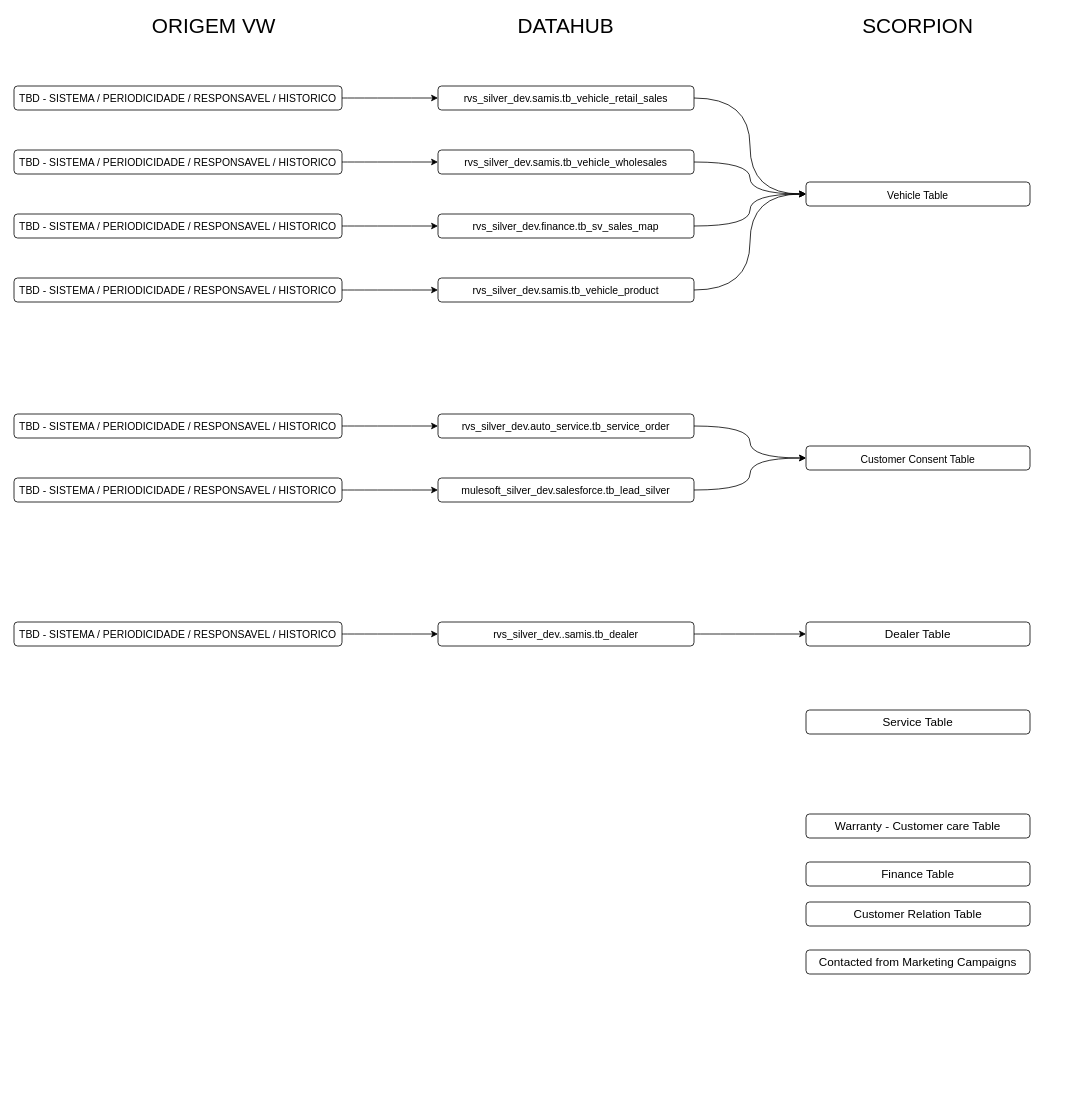
Above: page "Fluxo Tabelas" (4 of 6) of scorpion.drawio in leo-odilon/draw.io (draw.io), before the change. Source tidied: cells renumbered, new cells numbered last; positions are measured from the earlier drawing's top-left corner, leaving out a move shared by most shapes. Both pictures are drawn from the tidied source at 80%, with x=0, y=0 at pixel (14, 14).
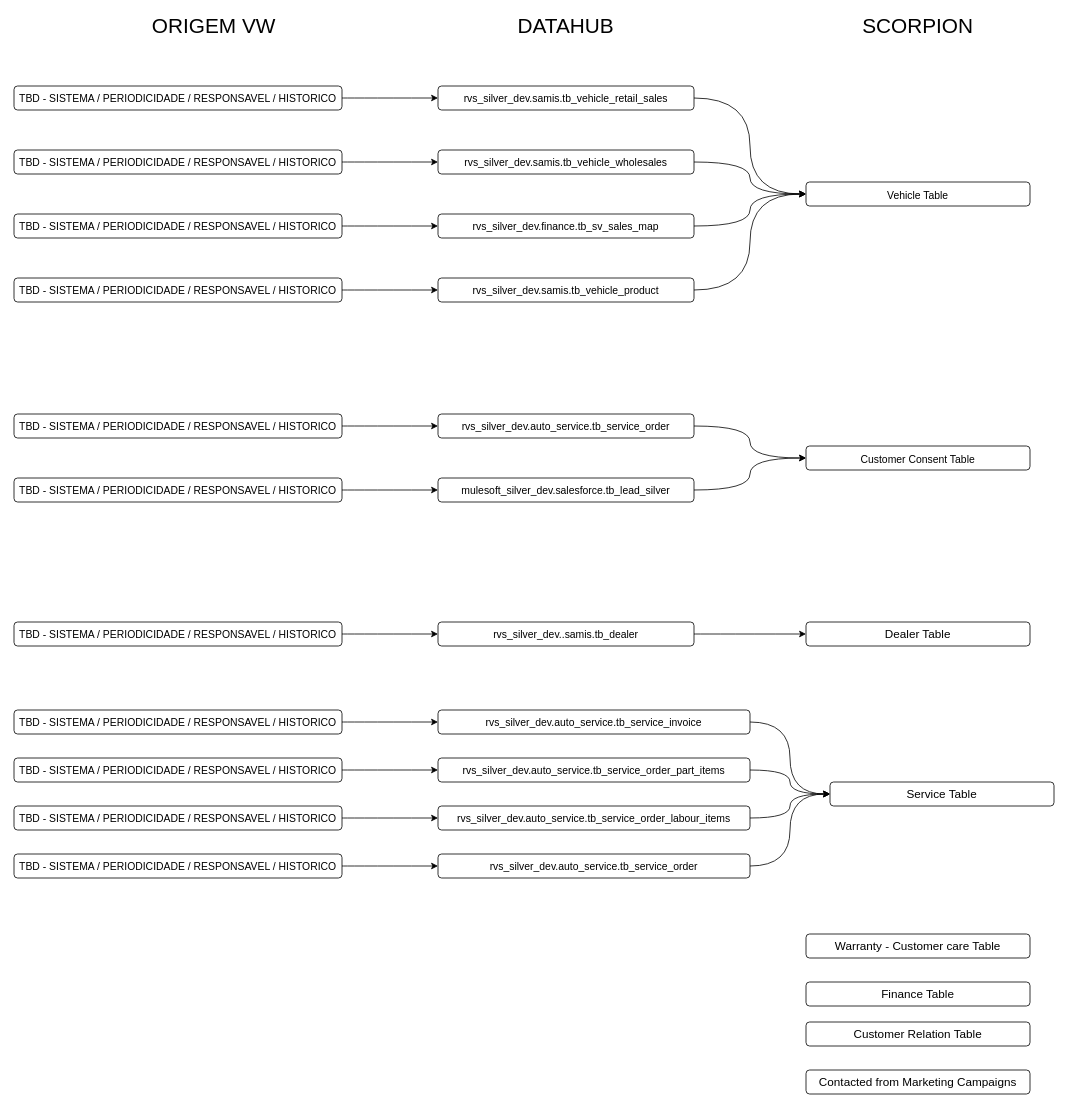
After the change.

What changed in the source:
```diff
@@
     <mxCell id="3" value="&lt;div style=&quot;font-size: medium;&quot;&gt;&lt;div style=&quot;&quot;&gt;&lt;table width=&quot;243&quot; style=&quot;border-collapse: collapse; width: 182pt;&quot;&gt;&lt;colgroup&gt;&lt;col width=&quot;243&quot; style=&quot;width: 182pt;&quot;&gt;&lt;/colgroup&gt;&lt;tbody&gt;&lt;tr height=&quot;21&quot; style=&quot;height: 15.75pt;&quot;&gt;&lt;td width=&quot;243&quot; height=&quot;21&quot; class=&quot;xl24&quot; style=&quot;padding-top: 1px; padding-right: 1px; padding-left: 1px; font-size: 11pt; font-family: &amp;quot;Aptos Narrow&amp;quot;, sans-serif; vertical-align: bottom; border: none; text-wrap: nowrap; width: 182pt; height: 15.75pt;&quot;&gt;Service Table&lt;/td&gt;&lt;/tr&gt;&lt;/tbody&gt;&lt;/table&gt;&lt;/div&gt;&lt;/div&gt;" style="rounded=1;whiteSpace=wrap;html=1;align=center;" parent="1" vertex="1">
-      <mxGeometry x="990" y="870" width="280" height="30" as="geometry" />
+      <mxGeometry x="1020" y="960" width="280" height="30" as="geometry" />
     </mxCell>
     <mxCell id="4" value="&lt;div style=&quot;font-size: medium;&quot;&gt;&lt;div style=&quot;&quot;&gt;&lt;div style=&quot;&quot;&gt;&lt;table width=&quot;243&quot; style=&quot;border-collapse: collapse; width: 182pt;&quot;&gt;&lt;colgroup&gt;&lt;col width=&quot;243&quot; style=&quot;width: 182pt;&quot;&gt;&lt;/colgroup&gt;&lt;tbody&gt;&lt;tr height=&quot;21&quot; style=&quot;height: 15.75pt;&quot;&gt;&lt;td width=&quot;243&quot; height=&quot;21&quot; class=&quot;xl24&quot; style=&quot;padding-top: 1px; padding-right: 1px; padding-left: 1px; font-size: 11pt; font-family: &amp;quot;Aptos Narrow&amp;quot;, sans-serif; vertical-align: bottom; border: none; text-wrap: nowrap; width: 182pt; height: 15.75pt;&quot;&gt;Customer Relation Table&lt;/td&gt;&lt;/tr&gt;&lt;/tbody&gt;&lt;/table&gt;&lt;/div&gt;&lt;/div&gt;&lt;/div&gt;" style="rounded=1;whiteSpace=wrap;html=1;align=center;verticalAlign=middle;" parent="1" vertex="1">
-      <mxGeometry x="990" y="1110" width="280" height="30" as="geometry" />
+      <mxGeometry x="990" y="1260" width="280" height="30" as="geometry" />
     </mxCell>
     <mxCell id="5" value="&lt;div style=&quot;font-size: medium;&quot;&gt;&lt;div style=&quot;&quot;&gt;&lt;table width=&quot;243&quot; style=&quot;border-collapse: collapse; width: 182pt;&quot;&gt;&lt;colgroup&gt;&lt;col width=&quot;243&quot; style=&quot;width: 182pt;&quot;&gt;&lt;/colgroup&gt;&lt;tbody&gt;&lt;tr height=&quot;21&quot; style=&quot;height: 15.75pt;&quot;&gt;&lt;td width=&quot;243&quot; height=&quot;21&quot; class=&quot;xl24&quot; style=&quot;padding-top: 1px; padding-right: 1px; padding-left: 1px; font-size: 11pt; font-family: &amp;quot;Aptos Narrow&amp;quot;, sans-serif; vertical-align: bottom; border: none; text-wrap: nowrap; width: 182pt; height: 15.75pt;&quot;&gt;Warranty - Customer care Table&lt;/td&gt;&lt;/tr&gt;&lt;/tbody&gt;&lt;/table&gt;&lt;/div&gt;&lt;/div&gt;" style="rounded=1;whiteSpace=wrap;html=1;align=center;" parent="1" vertex="1">
-      <mxGeometry x="990" y="1000" width="280" height="30" as="geometry" />
+      <mxGeometry x="990" y="1150" width="280" height="30" as="geometry" />
     </mxCell>
     <mxCell id="6" value="&lt;div style=&quot;font-size: medium;&quot;&gt;&lt;div style=&quot;&quot;&gt;&lt;div style=&quot;&quot;&gt;&lt;table width=&quot;243&quot; style=&quot;border-collapse: collapse; width: 182pt;&quot;&gt;&lt;colgroup&gt;&lt;col width=&quot;243&quot; style=&quot;width: 182pt;&quot;&gt;&lt;/colgroup&gt;&lt;tbody&gt;&lt;tr height=&quot;21&quot; style=&quot;height: 15.75pt;&quot;&gt;&lt;td width=&quot;243&quot; height=&quot;21&quot; class=&quot;xl24&quot; style=&quot;padding-top: 1px; padding-right: 1px; padding-left: 1px; font-size: 11pt; font-family: &amp;quot;Aptos Narrow&amp;quot;, sans-serif; vertical-align: bottom; border: none; text-wrap: nowrap; width: 182pt; height: 15.75pt;&quot;&gt;Finance Table&lt;/td&gt;&lt;/tr&gt;&lt;/tbody&gt;&lt;/table&gt;&lt;/div&gt;&lt;/div&gt;&lt;/div&gt;" style="rounded=1;whiteSpace=wrap;html=1;align=center;" parent="1" vertex="1">
-      <mxGeometry x="990" y="1060" width="280" height="30" as="geometry" />
+      <mxGeometry x="990" y="1210" width="280" height="30" as="geometry" />
     </mxCell>
     <mxCell id="7" value="&lt;div style=&quot;font-size: medium;&quot;&gt;&lt;div style=&quot;&quot;&gt;&lt;div style=&quot;&quot;&gt;&lt;div style=&quot;&quot;&gt;&lt;div style=&quot;&quot;&gt;&lt;table width=&quot;243&quot; style=&quot;border-collapse: collapse; width: 182pt;&quot;&gt;&lt;colgroup&gt;&lt;col width=&quot;243&quot; style=&quot;width: 182pt;&quot;&gt;&lt;/colgroup&gt;&lt;tbody&gt;&lt;tr height=&quot;21&quot; style=&quot;height: 15.75pt;&quot;&gt;&lt;td width=&quot;243&quot; height=&quot;21&quot; class=&quot;xl24&quot; style=&quot;padding-top: 1px; padding-right: 1px; padding-left: 1px; font-size: 11pt; font-family: &amp;quot;Aptos Narrow&amp;quot;, sans-serif; vertical-align: bottom; border: none; text-wrap: nowrap; width: 182pt; height: 15.75pt;&quot;&gt;Contacted from Marketing Campaigns&lt;/td&gt;&lt;/tr&gt;&lt;/tbody&gt;&lt;/table&gt;&lt;/div&gt;&lt;/div&gt;&lt;/div&gt;&lt;/div&gt;&lt;/div&gt;" style="rounded=1;whiteSpace=wrap;html=1;align=center;verticalAlign=middle;" parent="1" vertex="1">
-      <mxGeometry x="990" y="1170" width="280" height="30" as="geometry" />
+      <mxGeometry x="990" y="1320" width="280" height="30" as="geometry" />
     </mxCell>
@@
+    <mxCell id="41" style="edgeStyle=orthogonalEdgeStyle;rounded=0;jettySize=auto;html=1;exitX=1;exitY=0.5;exitDx=0;exitDy=0;entryX=0;entryY=0.5;entryDx=0;entryDy=0;curved=1;" parent="1" edge="1" source="42" target="3">
+      <mxGeometry relative="1" as="geometry" />
+    </mxCell>
+    <mxCell id="42" value="&lt;div style=&quot;&quot;&gt;&lt;div style=&quot;line-height: 18px;&quot;&gt;&lt;span style=&quot;white-space: pre;&quot;&gt;rvs_silver_dev.auto_service.tb_service_invoice&lt;/span&gt;&lt;br&gt;&lt;/div&gt;&lt;/div&gt;" style="rounded=1;whiteSpace=wrap;html=1;align=center;fontColor=default;labelBackgroundColor=default;fontFamily=Helvetica;fontSize=13;" parent="1" vertex="1">
+      <mxGeometry x="530" y="870" width="390" height="30" as="geometry" />
+    </mxCell>
+    <mxCell id="43" style="edgeStyle=orthogonalEdgeStyle;curved=1;rounded=0;jettySize=auto;html=1;entryX=0;entryY=0.5;entryDx=0;entryDy=0;fontSize=13;" parent="1" edge="1" source="44" target="42">
+      <mxGeometry relative="1" as="geometry" />
+    </mxCell>
+    <mxCell id="44" value="&lt;div style=&quot;font-size: 13px;&quot;&gt;&lt;div style=&quot;font-size: 13px; line-height: 18px; white-space: pre;&quot;&gt;TBD - SISTEMA / PERIODICIDADE / RESPONSAVEL / HISTORICO&lt;/div&gt;&lt;/div&gt;" style="rounded=1;whiteSpace=wrap;html=1;align=center;fontColor=default;labelBackgroundColor=default;fontFamily=Helvetica;fontSize=13;" parent="1" vertex="1">
+      <mxGeometry y="870" width="410" height="30" as="geometry" />
+    </mxCell>
+    <mxCell id="45" style="edgeStyle=orthogonalEdgeStyle;rounded=0;jettySize=auto;html=1;exitX=1;exitY=0.5;exitDx=0;exitDy=0;entryX=0;entryY=0.5;entryDx=0;entryDy=0;curved=1;" parent="1" edge="1" source="46" target="3">
+      <mxGeometry relative="1" as="geometry" />
+    </mxCell>
+    <mxCell id="46" value="&lt;div style=&quot;&quot;&gt;&lt;div style=&quot;line-height: 18px;&quot;&gt;&lt;span style=&quot;white-space: pre;&quot;&gt;rvs_silver_dev.auto_service.tb_service_order_part_items&lt;/span&gt;&lt;br&gt;&lt;/div&gt;&lt;/div&gt;" style="rounded=1;whiteSpace=wrap;html=1;align=center;fontColor=default;labelBackgroundColor=default;fontFamily=Helvetica;fontSize=13;" parent="1" vertex="1">
+      <mxGeometry x="530" y="930" width="390" height="30" as="geometry" />
+    </mxCell>
+    <mxCell id="47" style="edgeStyle=orthogonalEdgeStyle;curved=1;rounded=0;jettySize=auto;html=1;entryX=0;entryY=0.5;entryDx=0;entryDy=0;fontSize=13;" parent="1" edge="1" source="48" target="46">
+      <mxGeometry relative="1" as="geometry" />
+    </mxCell>
+    <mxCell id="48" value="&lt;div style=&quot;font-size: 13px;&quot;&gt;&lt;div style=&quot;font-size: 13px; line-height: 18px; white-space: pre;&quot;&gt;TBD - SISTEMA / PERIODICIDADE / RESPONSAVEL / HISTORICO&lt;/div&gt;&lt;/div&gt;" style="rounded=1;whiteSpace=wrap;html=1;align=center;fontColor=default;labelBackgroundColor=default;fontFamily=Helvetica;fontSize=13;" parent="1" vertex="1">
+      <mxGeometry y="930" width="410" height="30" as="geometry" />
+    </mxCell>
+    <mxCell id="49" style="edgeStyle=orthogonalEdgeStyle;rounded=0;jettySize=auto;html=1;exitX=1;exitY=0.5;exitDx=0;exitDy=0;entryX=0;entryY=0.5;entryDx=0;entryDy=0;curved=1;" parent="1" edge="1" source="50" target="3">
+      <mxGeometry relative="1" as="geometry" />
+    </mxCell>
+    <mxCell id="50" value="&lt;div style=&quot;&quot;&gt;&lt;div style=&quot;line-height: 18px;&quot;&gt;&lt;span style=&quot;white-space: pre;&quot;&gt;rvs_silver_dev.auto_service.tb_service_order_labour_items&lt;/span&gt;&lt;br&gt;&lt;/div&gt;&lt;/div&gt;" style="rounded=1;whiteSpace=wrap;html=1;align=center;fontColor=default;labelBackgroundColor=default;fontFamily=Helvetica;fontSize=13;" parent="1" vertex="1">
+      <mxGeometry x="530" y="990" width="390" height="30" as="geometry" />
+    </mxCell>
+    <mxCell id="51" style="edgeStyle=orthogonalEdgeStyle;curved=1;rounded=0;jettySize=auto;html=1;entryX=0;entryY=0.5;entryDx=0;entryDy=0;fontSize=13;" parent="1" edge="1" source="52" target="50">
+      <mxGeometry relative="1" as="geometry" />
+    </mxCell>
+    <mxCell id="52" value="&lt;div style=&quot;font-size: 13px;&quot;&gt;&lt;div style=&quot;font-size: 13px; line-height: 18px; white-space: pre;&quot;&gt;TBD - SISTEMA / PERIODICIDADE / RESPONSAVEL / HISTORICO&lt;/div&gt;&lt;/div&gt;" style="rounded=1;whiteSpace=wrap;html=1;align=center;fontColor=default;labelBackgroundColor=default;fontFamily=Helvetica;fontSize=13;" parent="1" vertex="1">
+      <mxGeometry y="990" width="410" height="30" as="geometry" />
+    </mxCell>
+    <mxCell id="53" style="edgeStyle=orthogonalEdgeStyle;rounded=0;jettySize=auto;html=1;exitX=1;exitY=0.5;exitDx=0;exitDy=0;entryX=0;entryY=0.5;entryDx=0;entryDy=0;curved=1;" parent="1" edge="1" source="54" target="3">
+      <mxGeometry relative="1" as="geometry" />
+    </mxCell>
+    <mxCell id="54" value="&lt;div style=&quot;&quot;&gt;&lt;div style=&quot;line-height: 18px;&quot;&gt;&lt;span style=&quot;white-space: pre;&quot;&gt;rvs_silver_dev.auto_service.tb_service_order&lt;/span&gt;&lt;br&gt;&lt;/div&gt;&lt;/div&gt;" style="rounded=1;whiteSpace=wrap;html=1;align=center;fontColor=default;labelBackgroundColor=default;fontFamily=Helvetica;fontSize=13;" parent="1" vertex="1">
+      <mxGeometry x="530" y="1050" width="390" height="30" as="geometry" />
+    </mxCell>
+    <mxCell id="55" style="edgeStyle=orthogonalEdgeStyle;curved=1;rounded=0;jettySize=auto;html=1;entryX=0;entryY=0.5;entryDx=0;entryDy=0;fontSize=13;" parent="1" edge="1" source="56" target="54">
+      <mxGeometry relative="1" as="geometry" />
+    </mxCell>
+    <mxCell id="56" value="&lt;div style=&quot;font-size: 13px;&quot;&gt;&lt;div style=&quot;font-size: 13px; line-height: 18px; white-space: pre;&quot;&gt;TBD - SISTEMA / PERIODICIDADE / RESPONSAVEL / HISTORICO&lt;/div&gt;&lt;/div&gt;" style="rounded=1;whiteSpace=wrap;html=1;align=center;fontColor=default;labelBackgroundColor=default;fontFamily=Helvetica;fontSize=13;" parent="1" vertex="1">
+      <mxGeometry y="1050" width="410" height="30" as="geometry" />
+    </mxCell>
```
